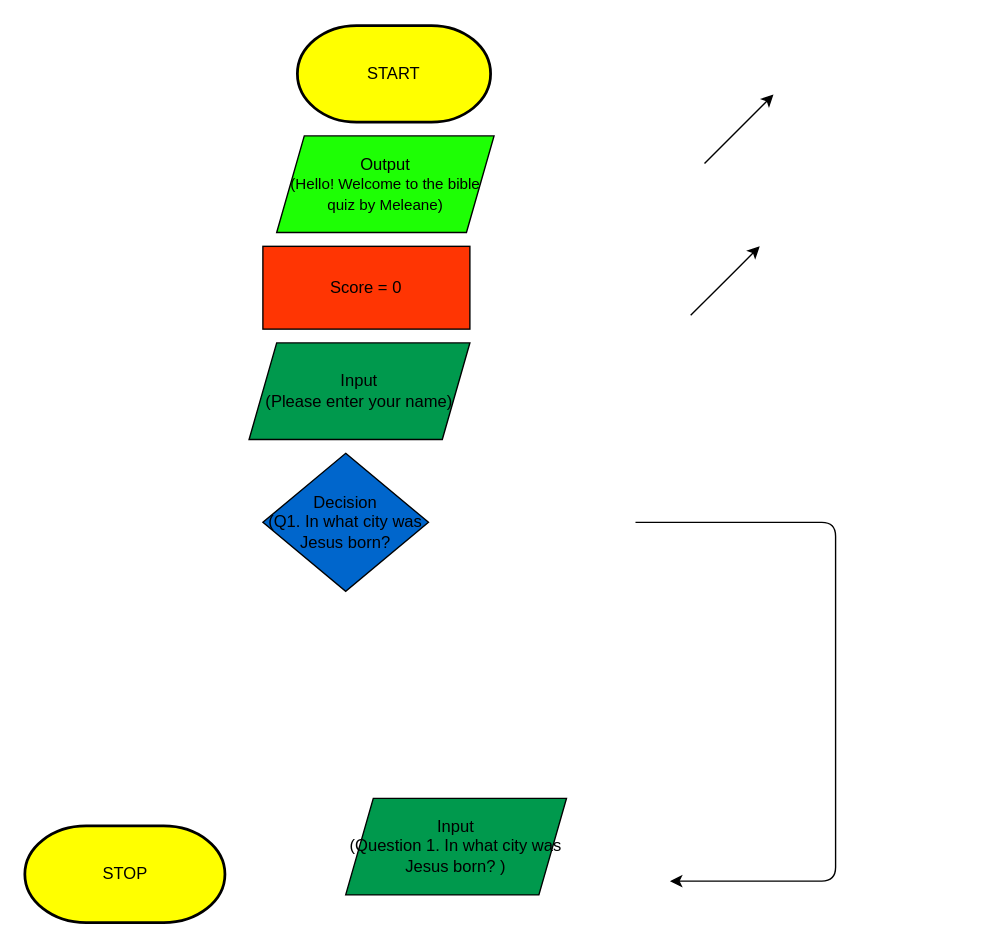
Above: flowchart.drawio in ASDAH-Digtal/level-1-python-quiz-meleane-m-t (draw.io), before the change. Source tidied: cells renumbered, new cells numbered last; positions are measured from the earlier drawing's top-left corner, leaving out a move shared by most shapes. Both pictures are drawn from the tidied source at 138%, with x=0, y=0 at pixel (25, 25).
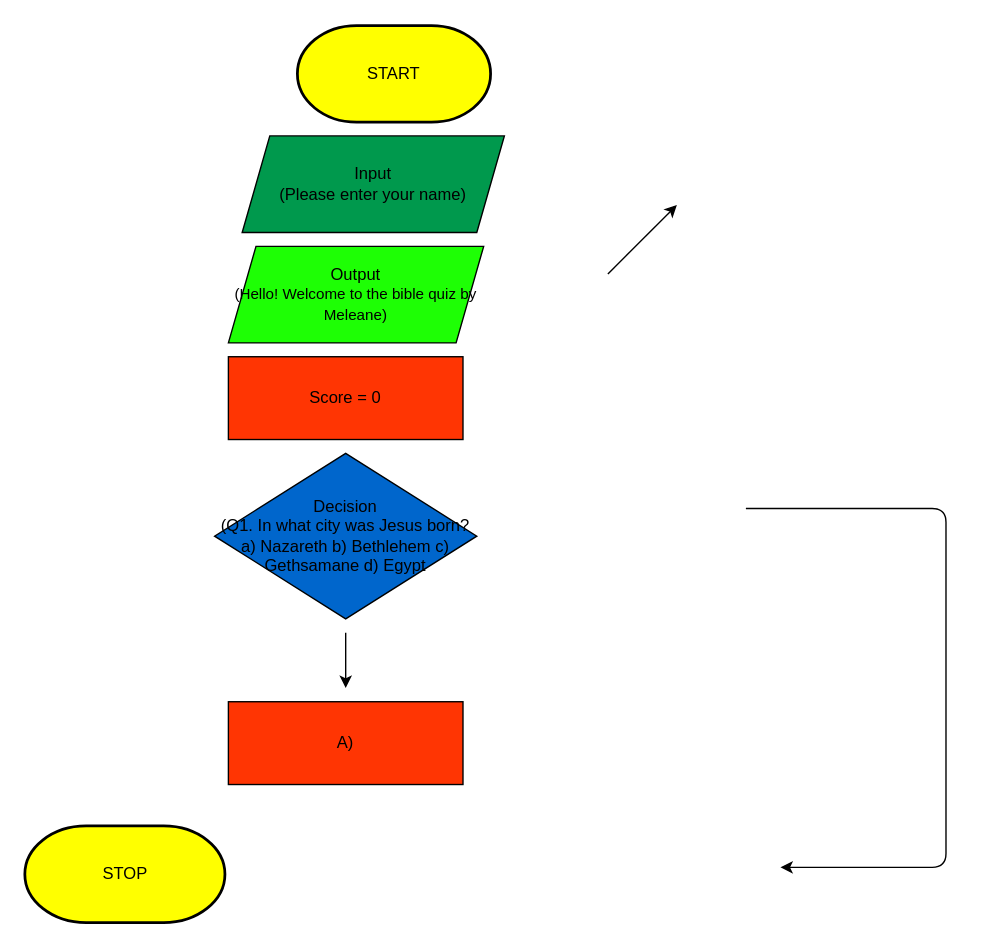
The same page after the edit.

Commit message:
made some changes in the flowchart

Diff of the diagram source:
```diff
@@
 <mxGraphModel>
   <root>
     <mxCell id="0" />
     <mxCell id="1" parent="0" />
     <mxCell id="2" value="Output&lt;br&gt;&lt;font style=&quot;font-size: 11px&quot;&gt;(Hello! Welcome to the bible quiz by Meleane)&lt;/font&gt;" style="shape=parallelogram;perimeter=parallelogramPerimeter;whiteSpace=wrap;html=1;fixedSize=1;fillColor=#1EFF05;" parent="1" vertex="1">
-      <mxGeometry x="182" y="80" width="157.5" height="70" as="geometry" />
+      <mxGeometry x="147" y="160" width="185" height="70" as="geometry" />
     </mxCell>
     <mxCell id="3" value="Score = 0" style="rounded=0;whiteSpace=wrap;html=1;fillColor=#FF3503;" parent="1" vertex="1">
-      <mxGeometry x="172" y="160" width="150" height="60" as="geometry" />
+      <mxGeometry x="147" y="240" width="170" height="60" as="geometry" />
     </mxCell>
     <mxCell id="4" style="endArrow=classic;html=1;endFill=1;" parent="1" edge="1">
       <mxGeometry relative="1" as="geometry">
-        <mxPoint x="442" y="360" as="sourcePoint" />
-        <mxPoint x="467" y="620" as="targetPoint" />
+        <mxPoint x="522" y="350" as="sourcePoint" />
+        <mxPoint x="547" y="610" as="targetPoint" />
         <Array as="points">
-          <mxPoint x="459" y="360" />
-          <mxPoint x="587" y="360" />
-          <mxPoint x="587" y="620" />
+          <mxPoint x="539" y="350" />
+          <mxPoint x="667" y="350" />
+          <mxPoint x="667" y="610" />
         </Array>
       </mxGeometry>
     </mxCell>
-    <mxCell id="5" value="Decision&lt;br&gt;(Q1. In what city was Jesus born?" style="rhombus;whiteSpace=wrap;html=1;fillColor=#0066CC;" parent="1" vertex="1">
-      <mxGeometry x="172" y="310" width="120" height="100" as="geometry" />
+    <mxCell id="5" value="Decision&lt;br&gt;(Q1. In what city was Jesus born?&lt;br&gt;a) Nazareth b) Bethlehem c) Gethsamane d) Egypt" style="rhombus;whiteSpace=wrap;html=1;fillColor=#0066CC;" parent="1" vertex="1">
+      <mxGeometry x="137" y="310" width="190" height="120" as="geometry" />
     </mxCell>
     <mxCell id="6" value="START" style="strokeWidth=2;html=1;shape=mxgraph.flowchart.terminator;whiteSpace=wrap;fillColor=#FFFF00;" parent="1" vertex="1">
       <mxGeometry x="197" width="140" height="70" as="geometry" />
     </mxCell>
     <mxCell id="7" value="STOP" style="strokeWidth=2;html=1;shape=mxgraph.flowchart.terminator;whiteSpace=wrap;fillColor=#FFFF00;" parent="1" vertex="1">
       <mxGeometry x="-0.5" y="580" width="145" height="70" as="geometry" />
     </mxCell>
-    <mxCell id="8" value="Input&lt;br&gt;(Question 1. In what city was Jesus born? )" style="shape=parallelogram;perimeter=parallelogramPerimeter;whiteSpace=wrap;html=1;fixedSize=1;fillColor=#00994D;" parent="1" vertex="1">
-      <mxGeometry x="232" y="560" width="160" height="70" as="geometry" />
-    </mxCell>
     <mxCell id="9" value="Input&lt;br&gt;(Please enter your name)" style="shape=parallelogram;perimeter=parallelogramPerimeter;whiteSpace=wrap;html=1;fixedSize=1;fillColor=#00994D;" parent="1" vertex="1">
-      <mxGeometry x="162" y="230" width="160" height="70" as="geometry" />
+      <mxGeometry x="157" y="80" width="190" height="70" as="geometry" />
     </mxCell>
     <mxCell id="10" style="endArrow=classic;html=1;" parent="1" edge="1">
       <mxGeometry relative="1" as="geometry">
-        <mxPoint x="482" y="210" as="sourcePoint" />
-        <mxPoint x="532" y="160" as="targetPoint" />
+        <mxPoint x="232" y="440" as="sourcePoint" />
+        <mxPoint x="232" y="480" as="targetPoint" />
         <Array as="points">
-          <mxPoint x="512" y="180" />
+          <mxPoint x="232" y="460" />
         </Array>
       </mxGeometry>
     </mxCell>
     <mxCell id="11" style="endArrow=classic;html=1;" parent="1" edge="1">
       <mxGeometry relative="1" as="geometry">
-        <mxPoint x="492" y="100" as="sourcePoint" />
-        <mxPoint x="542" y="50" as="targetPoint" />
+        <mxPoint x="422" y="180" as="sourcePoint" />
+        <mxPoint x="472" y="130" as="targetPoint" />
       </mxGeometry>
     </mxCell>
+    <mxCell id="12" value="A)" style="rounded=0;whiteSpace=wrap;html=1;fillColor=#FF3503;" parent="1" vertex="1">
+      <mxGeometry x="147" y="490" width="170" height="60" as="geometry" />
+    </mxCell>
   </root>
 </mxGraphModel>
```
